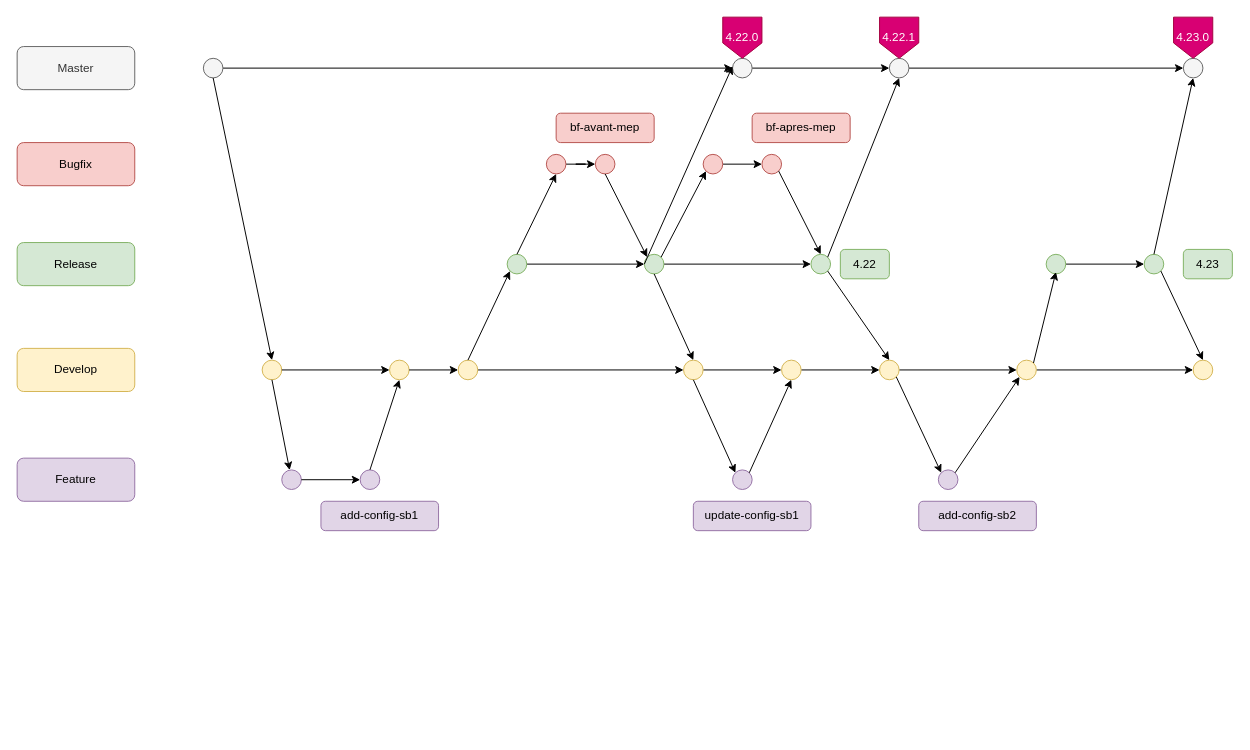
Xaviou1003/uml_diagram_draw keeps this draw.io diagram as gm_diagram/Untitled Diagram.drawio. Above is the earlier version. Source tidied: cells renumbered, new cells numbered last; positions are measured from the earlier drawing's top-left corner, leaving out a move shared by most shapes. Both pictures are drawn from the tidied source at 98%, with x=0, y=0 at pixel (17, 17).
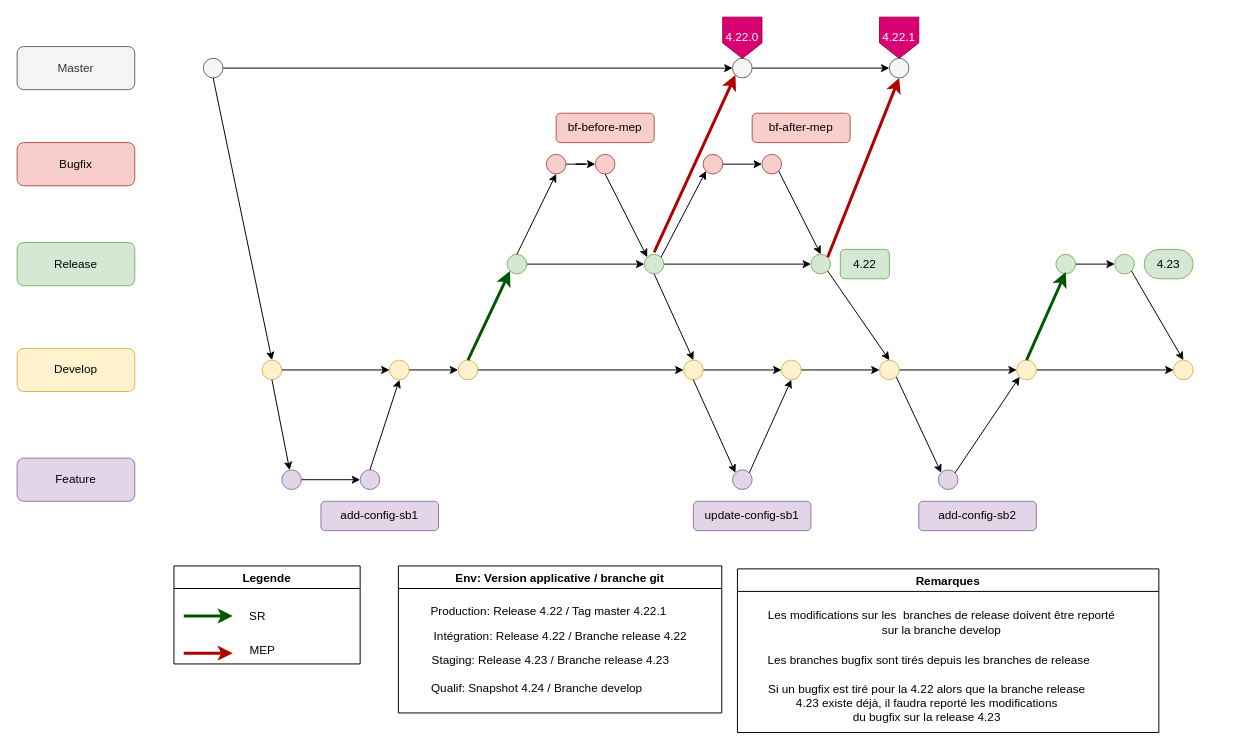
The same page after the edit.

Unchanged cells that the change refers to:
```xml
<mxCell id="5" style="ellipse;whiteSpace=wrap;html=1;fillColor=#f5f5f5;strokeColor=#666666;fontColor=#333333;" parent="1" vertex="1">
  <mxGeometry x="730" y="42" width="20" height="20" as="geometry" />
</mxCell>
<mxCell id="7" style="ellipse;whiteSpace=wrap;html=1;fillColor=#f5f5f5;strokeColor=#666666;fontColor=#333333;" parent="1" vertex="1">
  <mxGeometry x="890" y="42" width="20" height="20" as="geometry" />
</mxCell>
<mxCell id="14" style="ellipse;whiteSpace=wrap;html=1;fillColor=#fff2cc;strokeColor=#d6b656;" parent="1" vertex="1">
  <mxGeometry x="450" y="350" width="20" height="20" as="geometry" />
</mxCell>
<mxCell id="22" style="ellipse;whiteSpace=wrap;html=1;fillColor=#fff2cc;strokeColor=#d6b656;" parent="1" vertex="1">
  <mxGeometry x="1020" y="350" width="20" height="20" as="geometry" />
</mxCell>
<mxCell id="25" style="ellipse;whiteSpace=wrap;html=1;fillColor=#d5e8d4;strokeColor=#82b366;" parent="1" vertex="1">
  <mxGeometry x="500" y="242" width="20" height="20" as="geometry" />
</mxCell>
<mxCell id="27" style="ellipse;whiteSpace=wrap;html=1;fillColor=#d5e8d4;strokeColor=#82b366;" parent="1" vertex="1">
  <mxGeometry x="640" y="242" width="20" height="20" as="geometry" />
</mxCell>
<mxCell id="28" style="ellipse;whiteSpace=wrap;html=1;fillColor=#d5e8d4;strokeColor=#82b366;" parent="1" vertex="1">
  <mxGeometry x="810" y="242" width="20" height="20" as="geometry" />
</mxCell>
```

What changed in the source:
```diff
@@
-    <mxCell id="6" style="edgeStyle=orthogonalEdgeStyle;rounded=0;jettySize=auto;html=1;" parent="1" edge="1" source="7" target="8">
-      <mxGeometry relative="1" as="geometry" />
-    </mxCell>
@@
-    <mxCell id="8" style="ellipse;whiteSpace=wrap;html=1;fillColor=#f5f5f5;strokeColor=#666666;fontColor=#333333;" parent="1" vertex="1">
-      <mxGeometry x="1190" y="42" width="20" height="20" as="geometry" />
-    </mxCell>
@@
     <mxCell id="23" style="ellipse;whiteSpace=wrap;html=1;fillColor=#fff2cc;strokeColor=#d6b656;" parent="1" vertex="1">
-      <mxGeometry x="1200" y="350" width="20" height="20" as="geometry" />
+      <mxGeometry x="1180" y="350" width="20" height="20" as="geometry" />
     </mxCell>
@@
     <mxCell id="30" style="ellipse;whiteSpace=wrap;html=1;fillColor=#d5e8d4;strokeColor=#82b366;" parent="1" vertex="1">
-      <mxGeometry x="1050" y="242" width="20" height="20" as="geometry" />
+      <mxGeometry x="1060" y="242" width="20" height="20" as="geometry" />
     </mxCell>
     <mxCell id="31" style="ellipse;whiteSpace=wrap;html=1;fillColor=#d5e8d4;strokeColor=#82b366;" parent="1" vertex="1">
-      <mxGeometry x="1150" y="242" width="20" height="20" as="geometry" />
+      <mxGeometry x="1120" y="242" width="20" height="20" as="geometry" />
     </mxCell>
@@
-    <mxCell id="50" style="endArrow=classic;html=1;exitX=0.5;exitY=0;exitDx=0;exitDy=0;entryX=0;entryY=1;entryDx=0;entryDy=0;" parent="1" edge="1" source="14" target="25">
+    <mxCell id="50" style="endArrow=classic;html=1;exitX=0.5;exitY=0;exitDx=0;exitDy=0;entryX=0;entryY=1;entryDx=0;entryDy=0;fillColor=#008a00;strokeColor=#005700;strokeWidth=3;" parent="1" edge="1" source="14" target="25">
       <mxGeometry relative="1" as="geometry" />
     </mxCell>
@@
-    <mxCell id="53" style="endArrow=classic;html=1;exitX=0;exitY=0.5;exitDx=0;exitDy=0;" parent="1" edge="1" source="27">
+    <mxCell id="53" style="endArrow=classic;html=1;fillColor=#e51400;strokeColor=#B20000;strokeWidth=3;entryX=0;entryY=1;entryDx=0;entryDy=0;" parent="1" edge="1" target="5">
       <mxGeometry relative="1" as="geometry">
-        <mxPoint x="730" y="50" as="targetPoint" />
+        <mxPoint x="650" y="240" as="sourcePoint" />
       </mxGeometry>
     </mxCell>
@@
-    <mxCell id="58" style="endArrow=classic;html=1;exitX=1;exitY=0;exitDx=0;exitDy=0;entryX=0.5;entryY=1;entryDx=0;entryDy=0;" parent="1" edge="1" source="28" target="7">
+    <mxCell id="58" style="endArrow=classic;html=1;exitX=1;exitY=0;exitDx=0;exitDy=0;entryX=0.5;entryY=1;entryDx=0;entryDy=0;fillColor=#e51400;strokeColor=#B20000;strokeWidth=3;" parent="1" edge="1" source="28" target="7">
       <mxGeometry relative="1" as="geometry" />
     </mxCell>
@@
-    <mxCell id="66" style="endArrow=classic;html=1;exitX=1;exitY=0;exitDx=0;exitDy=0;entryX=0.5;entryY=0.9;entryDx=0;entryDy=0;entryPerimeter=0;" parent="1" edge="1" source="22" target="30">
-      <mxGeometry relative="1" as="geometry" />
+    <mxCell id="66" style="endArrow=classic;html=1;entryX=0.5;entryY=0.9;entryDx=0;entryDy=0;entryPerimeter=0;fillColor=#008a00;strokeColor=#005700;strokeWidth=3;" parent="1" edge="1" target="30">
+      <mxGeometry relative="1" as="geometry">
+        <mxPoint x="1030" y="350" as="sourcePoint" />
+      </mxGeometry>
     </mxCell>
@@
-    <mxCell id="68" style="endArrow=classic;html=1;entryX=0.5;entryY=1;entryDx=0;entryDy=0;exitX=0.5;exitY=0;exitDx=0;exitDy=0;" parent="1" edge="1" source="31" target="8">
-      <mxGeometry relative="1" as="geometry" />
-    </mxCell>
-    <mxCell id="69" value="4.23.0" style="shape=offPageConnector;whiteSpace=wrap;html=1;fillColor=#d80073;strokeColor=#A50040;fontColor=#ffffff;" parent="1" vertex="1">
-      <mxGeometry x="1180" width="40" height="42" as="geometry" />
-    </mxCell>
@@
-    <mxCell id="72" value="4.23" style="rounded=1;whiteSpace=wrap;html=1;fillColor=#d5e8d4;strokeColor=#82b366;" parent="1" vertex="1">
-      <mxGeometry x="1190" y="237" width="50" height="30" as="geometry" />
+    <mxCell id="72" value="4.23" style="rounded=1;whiteSpace=wrap;html=1;fillColor=#d5e8d4;strokeColor=#82b366;arcSize=50;" parent="1" vertex="1">
+      <mxGeometry x="1150" y="237" width="50" height="30" as="geometry" />
     </mxCell>
-    <mxCell id="73" value="bf-avant-mep" style="rounded=1;whiteSpace=wrap;html=1;fillColor=#f8cecc;strokeColor=#b85450;" parent="1" vertex="1">
+    <mxCell id="73" value="bf-before-mep" style="rounded=1;whiteSpace=wrap;html=1;fillColor=#f8cecc;strokeColor=#b85450;" parent="1" vertex="1">
       <mxGeometry x="550" y="98" width="100" height="30" as="geometry" />
     </mxCell>
-    <mxCell id="74" value="bf-apres-mep" style="rounded=1;whiteSpace=wrap;html=1;fillColor=#f8cecc;strokeColor=#b85450;" parent="1" vertex="1">
+    <mxCell id="74" value="bf-after-mep" style="rounded=1;whiteSpace=wrap;html=1;fillColor=#f8cecc;strokeColor=#b85450;" parent="1" vertex="1">
       <mxGeometry x="750" y="98" width="100" height="30" as="geometry" />
     </mxCell>
@@
+    <mxCell id="77" value="Legende" style="swimlane;" parent="1" vertex="1">
+      <mxGeometry x="160" y="560" width="190" height="100" as="geometry" />
+    </mxCell>
+    <mxCell id="78" style="endArrow=classic;html=1;fillColor=#008a00;strokeColor=#005700;strokeWidth=3;" parent="77" edge="1">
+      <mxGeometry relative="1" as="geometry">
+        <mxPoint x="10" y="51" as="sourcePoint" />
+        <mxPoint x="60" y="51" as="targetPoint" />
+      </mxGeometry>
+    </mxCell>
+    <mxCell id="79" style="endArrow=classic;html=1;fillColor=#e51400;strokeColor=#B20000;strokeWidth=3;" parent="77" edge="1">
+      <mxGeometry relative="1" as="geometry">
+        <mxPoint x="10" y="89" as="sourcePoint" />
+        <mxPoint x="60" y="89" as="targetPoint" />
+      </mxGeometry>
+    </mxCell>
+    <mxCell id="80" value="SR " style="text;html=1;align=center;verticalAlign=middle;" parent="77" vertex="1">
+      <mxGeometry x="70" y="42" width="30" height="20" as="geometry" />
+    </mxCell>
+    <mxCell id="81" value="MEP" style="text;html=1;align=center;verticalAlign=middle;" parent="77" vertex="1">
+      <mxGeometry x="70" y="76" width="40" height="20" as="geometry" />
+    </mxCell>
+    <mxCell id="82" value="Env: Version applicative / branche git" style="swimlane;" parent="1" vertex="1">
+      <mxGeometry x="389" y="560" width="330" height="150" as="geometry" />
+    </mxCell>
+    <mxCell id="83" value="Intégration: Release 4.22 / Branche release 4.22" style="text;html=1;align=center;verticalAlign=middle;" parent="82" vertex="1">
+      <mxGeometry x="10" y="62" width="310" height="20" as="geometry" />
+    </mxCell>
+    <mxCell id="84" value="Staging: Release 4.23 / Branche release 4.23" style="text;html=1;align=center;verticalAlign=middle;" parent="82" vertex="1">
+      <mxGeometry x="10" y="87" width="290" height="20" as="geometry" />
+    </mxCell>
+    <mxCell id="85" value="Qualif: Snapshot 4.24 / Branche develop" style="text;html=1;align=center;verticalAlign=middle;" parent="82" vertex="1">
+      <mxGeometry x="11" y="115" width="260" height="20" as="geometry" />
+    </mxCell>
+    <mxCell id="86" value="Production: Release 4.22 / Tag master 4.22.1" style="text;html=1;align=center;verticalAlign=middle;" parent="1" vertex="1">
+      <mxGeometry x="397" y="597" width="290" height="20" as="geometry" />
+    </mxCell>
+    <mxCell id="87" value="Remarques" style="swimlane;startSize=23;" parent="1" vertex="1">
+      <mxGeometry x="735" y="563" width="430" height="167" as="geometry" />
+    </mxCell>
+    <mxCell id="88" value="&lt;div&gt;Les modifications sur les&amp;nbsp; branches de release doivent être reporté &lt;br&gt;&lt;/div&gt;&lt;div&gt;sur la branche develop&lt;br&gt;&lt;/div&gt;" style="text;html=1;align=center;verticalAlign=middle;" parent="87" vertex="1">
+      <mxGeometry x="-2" y="40" width="420" height="30" as="geometry" />
+    </mxCell>
+    <mxCell id="89" value="&lt;div&gt;Si un bugfix est tiré pour la 4.22 alors que la branche release &lt;br&gt;&lt;/div&gt;&lt;div&gt;4.23 existe déjà, il faudra reporté les modifications&lt;/div&gt;&lt;div&gt; du bugfix sur la release 4.23&lt;/div&gt;" style="text;html=1;align=center;verticalAlign=middle;" parent="87" vertex="1">
+      <mxGeometry x="-2" y="112" width="390" height="50" as="geometry" />
+    </mxCell>
+    <mxCell id="90" value="Les branches bugfix sont tirés depuis les branches de release" style="text;html=1;align=center;verticalAlign=middle;" parent="1" vertex="1">
+      <mxGeometry x="735" y="647" width="390" height="20" as="geometry" />
+    </mxCell>
```
